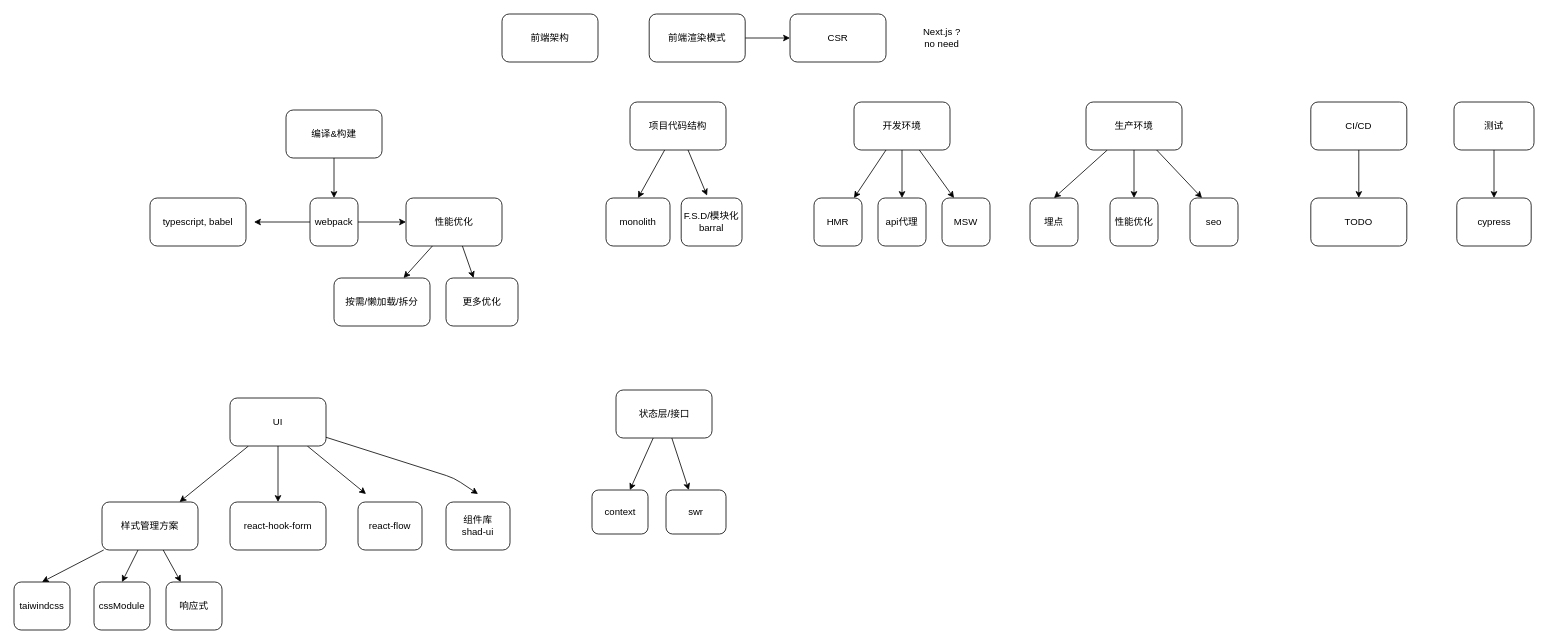
This is docs/FE_Architecture.drawio from webMasterMrBin/elegance-form-builder, a draw.io file, before an edit. Source tidied: cells renumbered, new cells numbered last; positions are measured from the earlier drawing's top-left corner, leaving out a move shared by most shapes. Both pictures are drawn from the tidied source at 80%, with x=0, y=0 at pixel (14, 14).
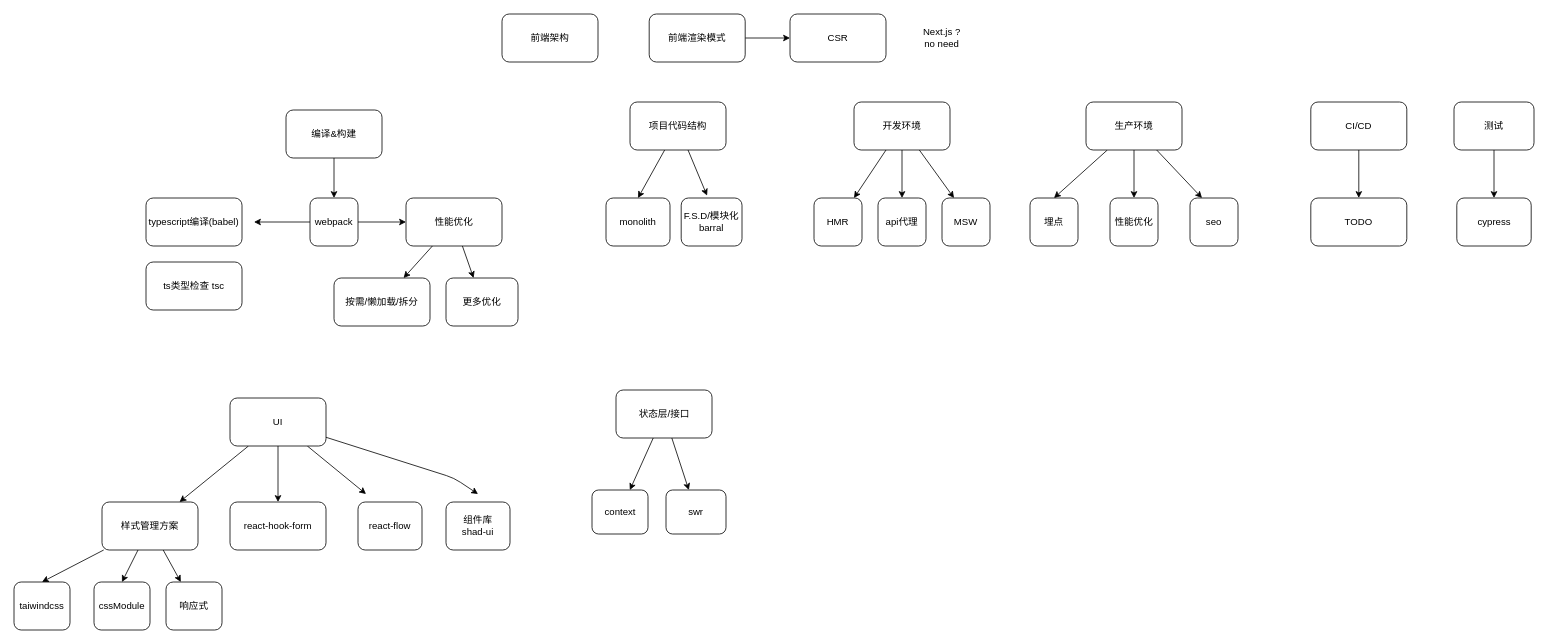
The same page after the edit.

Change to the diagram source:
```diff
@@
-    <mxCell id="11" value="typescript, babel" style="rounded=1;whiteSpace=wrap;html=1;" parent="1" vertex="1">
-      <mxGeometry x="170" y="230" width="120" height="60" as="geometry" />
+    <mxCell id="11" value="typescript编译(babel)" style="rounded=1;whiteSpace=wrap;html=1;" parent="1" vertex="1">
+      <mxGeometry x="165" y="230" width="120" height="60" as="geometry" />
     </mxCell>
@@
+    <mxCell id="63" value="ts类型检查 tsc" style="rounded=1;whiteSpace=wrap;html=1;" parent="1" vertex="1">
+      <mxGeometry x="165" y="310" width="120" height="60" as="geometry" />
+    </mxCell>
```
